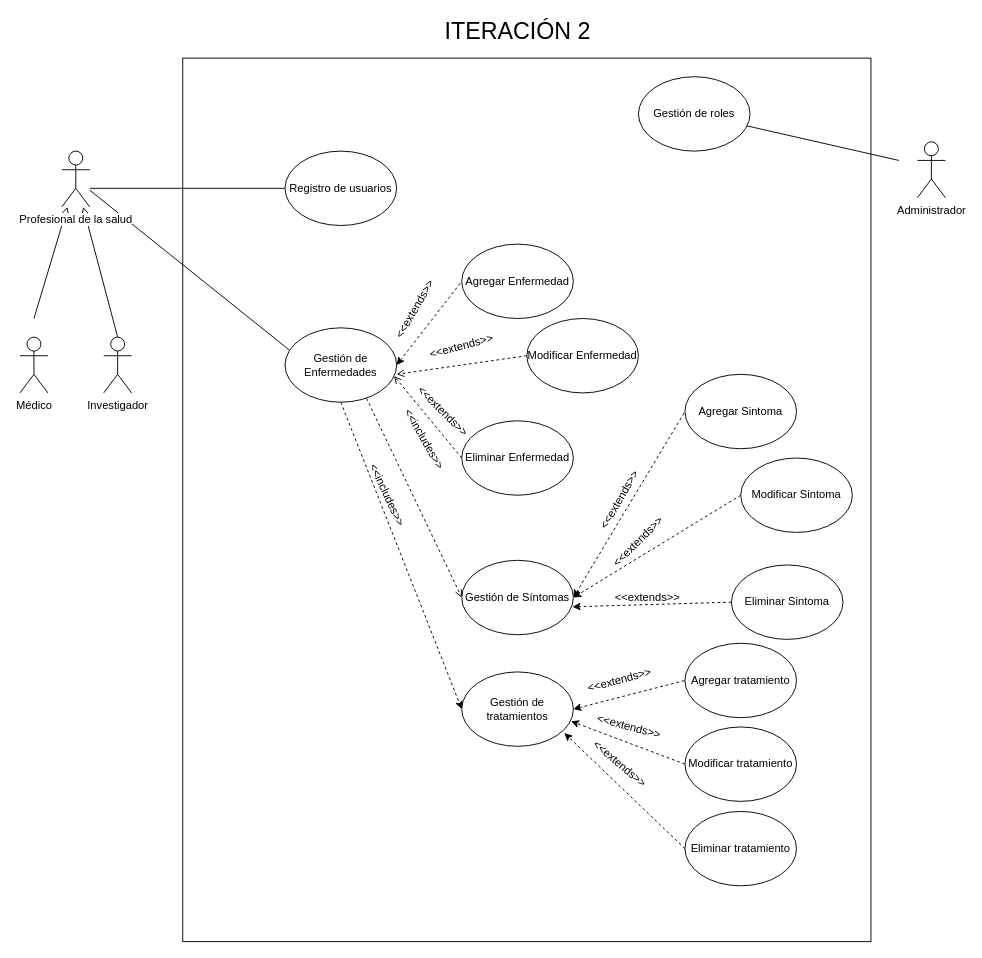
The draw.io diagram MET/CU-IT1.drawio in NeutronBlast/IS-Ex, before the edit. Source tidied: cells renumbered, new cells numbered last; positions are measured from the earlier drawing's top-left corner, leaving out a move shared by most shapes. Both pictures are drawn from the tidied source at 93%, with x=0, y=0 at pixel (20, 20).
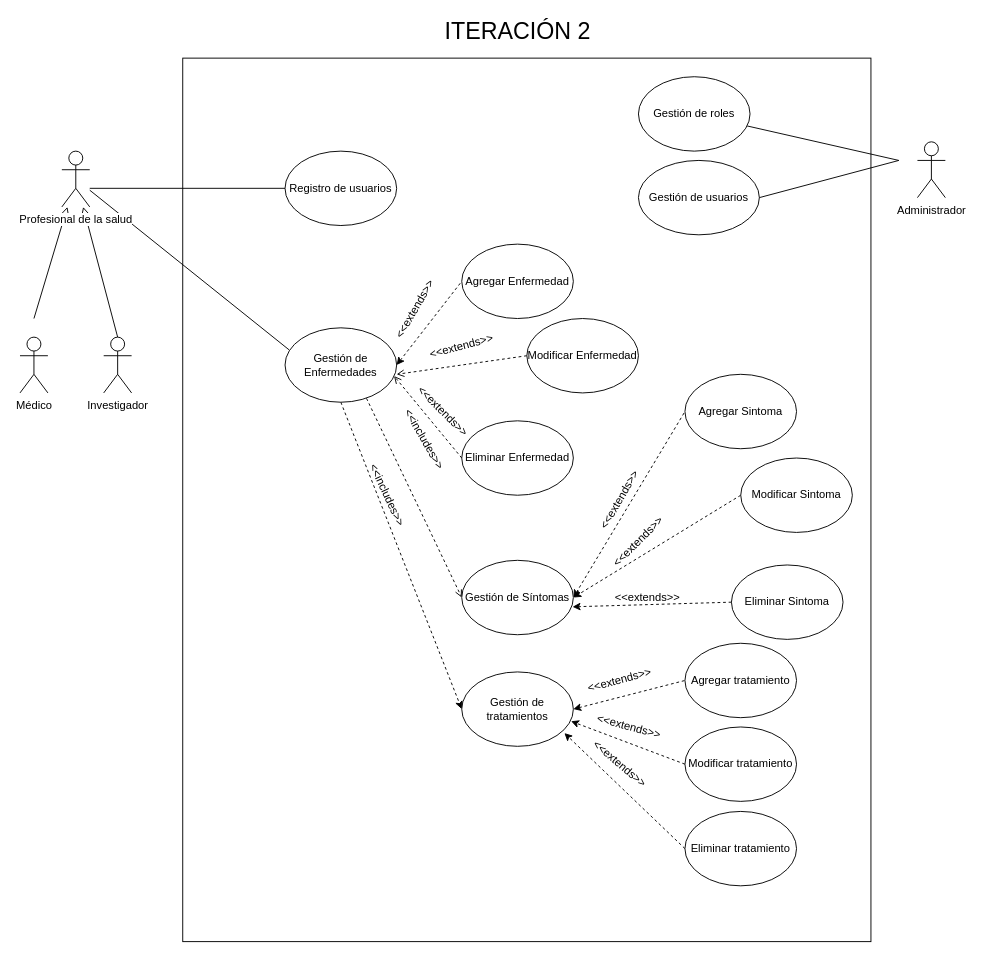
After the change.

Commit message (it also covers changes not shown here):
2 items mass

What changed in the source:
```diff
@@
+    <mxCell id="49" value="Gestión de usuarios" style="ellipse;whiteSpace=wrap;html=1;" parent="1" vertex="1">
+      <mxGeometry x="665" y="150" width="130" height="80" as="geometry" />
+    </mxCell>
+    <mxCell id="50" style="edgeStyle=none;rounded=0;jettySize=auto;html=1;startArrow=none;startFill=0;endArrow=none;endFill=0;exitX=1;exitY=0.5;exitDx=0;exitDy=0;" parent="1" edge="1" source="49">
+      <mxGeometry relative="1" as="geometry">
+        <mxPoint x="945" y="150" as="targetPoint" />
+      </mxGeometry>
+    </mxCell>
```
